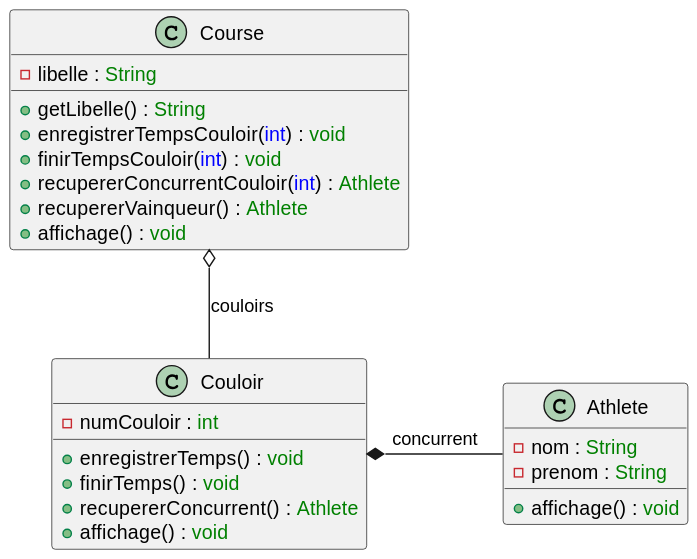
manuvai/M2_MIAGE_IPM_POO_TP1 keeps this PlantUML diagram as out/docs/dce/dce.svg. Above is the earlier version.
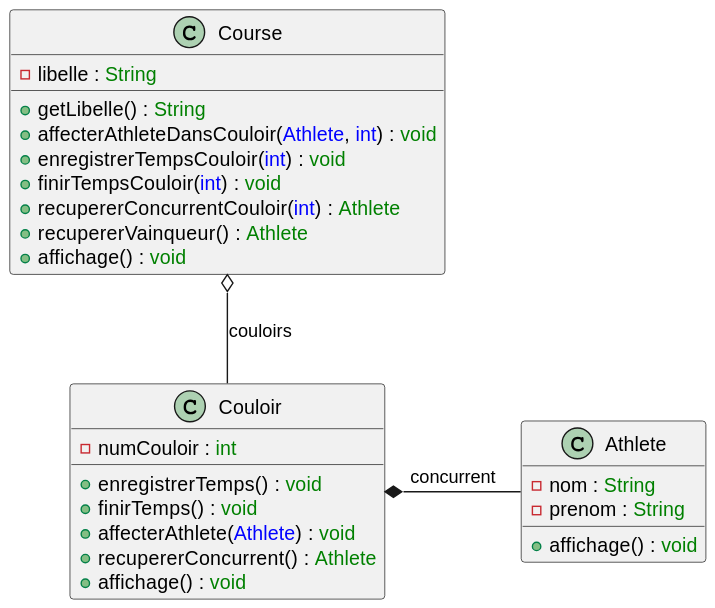
The same file after the commit.

Change to the diagram source:
```diff
@@ -12,6 +12,7 @@
     -string(libelle)
 
     +string("getLibelle()")
+    +void("affecterAthleteDansCouloir(Athlete, int)")
     +void("enregistrerTempsCouloir(int)")
     +void("finirTempsCouloir(int)")
     +member(Athlete, "recupererConcurrentCouloir(int)")
@@ -23,6 +24,7 @@
     -int(numCouloir)
     +void("enregistrerTemps()")
     +void("finirTemps()")
+    +void("affecterAthlete(Athlete)")
     +member(Athlete, "recupererConcurrent()")
     +void("affichage()")
 }
```
